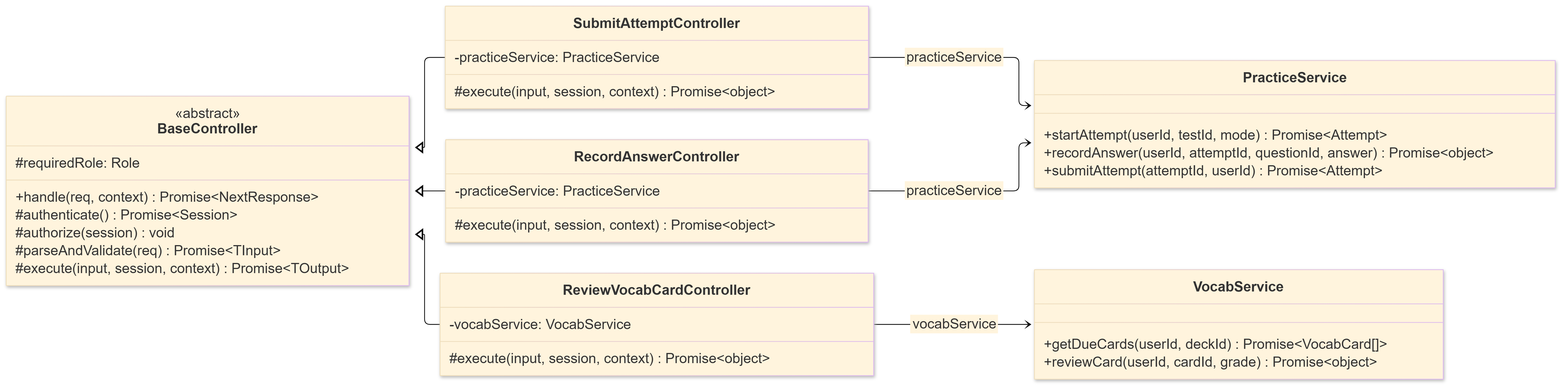
Above: slides/assets/03a1-layered-practice-vocab.png in 202417221-LeDinhVinh/ronansat-oop-demo (Mermaid), before the change. Its source is kept beside it as docs/uml/03a1-layered-practice-vocab.mmd.
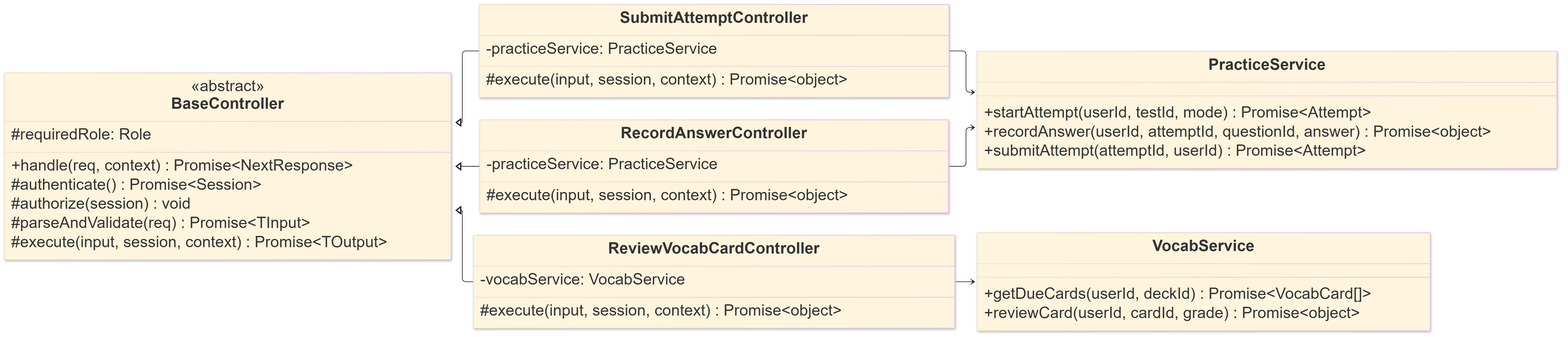
After the commit.

Change to the diagram source:
```diff
@@ -41,6 +41,6 @@
     BaseController <|-- RecordAnswerController
     BaseController <|-- ReviewVocabCardController
 
-    SubmitAttemptController --> PracticeService : practiceService
-    RecordAnswerController --> PracticeService : practiceService
-    ReviewVocabCardController --> VocabService : vocabService
+    SubmitAttemptController --> PracticeService
+    RecordAnswerController --> PracticeService
+    ReviewVocabCardController --> VocabService
```
